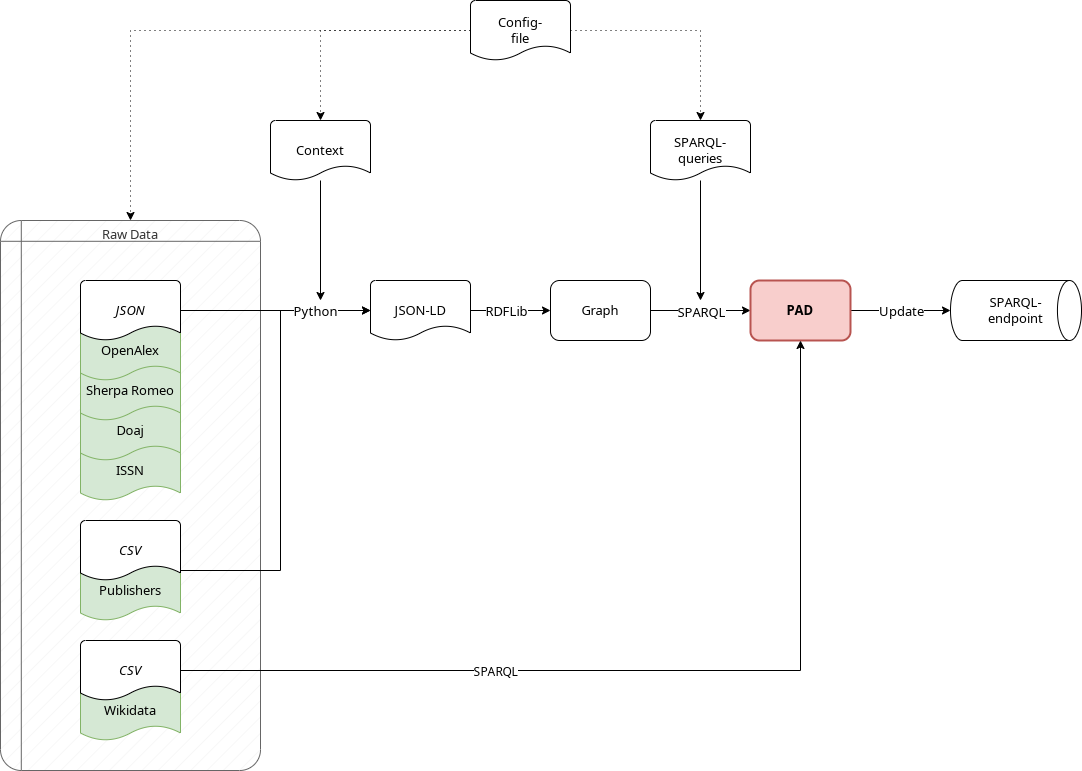
Earlier version of the draw.io export docs/img/job_prototype-Translation.drawio.png (CWTSLeiden/Journal-Observatory-data). Source tidied: cells renumbered, new cells last; positions are measured from the earlier drawing's top-left corner, leaving out a move shared by most shapes. Source of this version:
```xml
<mxGraphModel>
  <root>
    <mxCell id="0" />
    <mxCell id="1" parent="0" />
    <mxCell id="2" value="&lt;div style=&quot;font-size: 13px;&quot;&gt;&lt;span style=&quot;background-color: initial; font-size: 13px;&quot;&gt;Raw Data&lt;/span&gt;&lt;/div&gt;" style="shape=internalStorage;whiteSpace=wrap;html=1;dx=15;dy=15;rounded=1;arcSize=8;strokeWidth=1;fontFamily=Helvetica;fontSize=13;align=center;verticalAlign=top;fillColor=#f5f5f5;fillStyle=hatch;strokeColor=#666666;fontColor=#333333;fontStyle=0;" parent="1" vertex="1">
      <mxGeometry y="220" width="260" height="550" as="geometry" />
    </mxCell>
    <mxCell id="3" value="Publishers" style="strokeWidth=1;html=1;shape=mxgraph.flowchart.document2;whiteSpace=wrap;size=0.25;fontFamily=Helvetica;fontSize=13;fontStyle=0;fillColor=#d5e8d4;strokeColor=#82b366;" parent="1" vertex="1">
      <mxGeometry x="80" y="560" width="100" height="60" as="geometry" />
    </mxCell>
    <mxCell id="4" style="edgeStyle=orthogonalEdgeStyle;rounded=0;jettySize=auto;html=1;fontFamily=Helvetica;fontSize=13;fontStyle=0;" parent="1" edge="1" source="5">
      <mxGeometry relative="1" as="geometry">
        <mxPoint x="320" y="300" as="targetPoint" />
      </mxGeometry>
    </mxCell>
    <mxCell id="5" value="Context" style="strokeWidth=1;html=1;shape=mxgraph.flowchart.document2;whiteSpace=wrap;size=0.25;fontFamily=Helvetica;fontSize=13;fontStyle=0;" parent="1" vertex="1">
      <mxGeometry x="270" y="120" width="100" height="60" as="geometry" />
    </mxCell>
    <mxCell id="6" style="edgeStyle=orthogonalEdgeStyle;rounded=0;jettySize=auto;html=1;fontFamily=Helvetica;fontSize=13;fontStyle=0;" parent="1" edge="1" source="8" target="11">
      <mxGeometry relative="1" as="geometry" />
    </mxCell>
    <mxCell id="7" value="RDFLib" style="edgeLabel;html=1;align=center;verticalAlign=middle;fontSize=13;fontFamily=Helvetica;fontStyle=0;" parent="6" vertex="1">
      <mxGeometry x="-0.19" y="2" relative="1" as="geometry">
        <mxPoint x="3" y="2" as="offset" />
      </mxGeometry>
    </mxCell>
    <mxCell id="8" value="JSON-LD" style="strokeWidth=1;html=1;shape=mxgraph.flowchart.document2;whiteSpace=wrap;size=0.25;fontFamily=Helvetica;fontSize=13;fontStyle=0;" parent="1" vertex="1">
      <mxGeometry x="370" y="280" width="100" height="60" as="geometry" />
    </mxCell>
    <mxCell id="9" style="edgeStyle=orthogonalEdgeStyle;rounded=0;jettySize=auto;html=1;fontFamily=Helvetica;fontSize=13;fontStyle=0;" parent="1" edge="1" source="11" target="19">
      <mxGeometry relative="1" as="geometry" />
    </mxCell>
    <mxCell id="10" value="SPARQL" style="edgeLabel;html=1;align=center;verticalAlign=middle;fontSize=13;fontFamily=Helvetica;fontStyle=0;" parent="9" vertex="1">
      <mxGeometry x="0.2" y="-2" relative="1" as="geometry">
        <mxPoint x="-10" y="-1" as="offset" />
      </mxGeometry>
    </mxCell>
    <mxCell id="11" value="Graph" style="rounded=1;whiteSpace=wrap;html=1;fontFamily=Helvetica;fontSize=13;strokeWidth=1;fontStyle=0;" parent="1" vertex="1">
      <mxGeometry x="550" y="280" width="100" height="60" as="geometry" />
    </mxCell>
    <mxCell id="12" style="edgeStyle=orthogonalEdgeStyle;rounded=0;jettySize=auto;html=1;fontFamily=Helvetica;fontSize=13;dashed=1;dashPattern=1 4;fontStyle=0;" parent="1" edge="1" source="15" target="2">
      <mxGeometry relative="1" as="geometry" />
    </mxCell>
    <mxCell id="13" style="edgeStyle=orthogonalEdgeStyle;rounded=0;jettySize=auto;html=1;fontFamily=Helvetica;fontSize=13;dashed=1;dashPattern=1 4;fontStyle=0;" parent="1" edge="1" source="15" target="5">
      <mxGeometry relative="1" as="geometry" />
    </mxCell>
    <mxCell id="14" style="edgeStyle=orthogonalEdgeStyle;rounded=0;jettySize=auto;html=1;fontFamily=Helvetica;fontSize=13;dashed=1;dashPattern=1 4;fontStyle=0;" parent="1" edge="1" source="15" target="16">
      <mxGeometry relative="1" as="geometry" />
    </mxCell>
    <mxCell id="15" value="Config-&lt;br style=&quot;font-size: 13px;&quot;&gt;file" style="strokeWidth=1;html=1;shape=mxgraph.flowchart.document2;whiteSpace=wrap;size=0.25;fontFamily=Helvetica;fontSize=13;fontStyle=0;" parent="1" vertex="1">
      <mxGeometry x="470" width="100" height="60" as="geometry" />
    </mxCell>
    <mxCell id="16" value="SPARQL-&lt;br style=&quot;font-size: 13px;&quot;&gt;queries" style="strokeWidth=1;html=1;shape=mxgraph.flowchart.document2;whiteSpace=wrap;size=0.25;fontFamily=Helvetica;fontSize=13;fontStyle=0;" parent="1" vertex="1">
      <mxGeometry x="650" y="120" width="100" height="60" as="geometry" />
    </mxCell>
    <mxCell id="17" style="edgeStyle=orthogonalEdgeStyle;rounded=0;jettySize=auto;html=1;fontFamily=Helvetica;fontSize=13;fontStyle=0;" parent="1" edge="1" source="19" target="32">
      <mxGeometry relative="1" as="geometry" />
    </mxCell>
    <mxCell id="18" value="Update" style="edgeLabel;html=1;align=center;verticalAlign=middle;fontSize=13;fontFamily=Helvetica;fontStyle=0;" parent="17" vertex="1">
      <mxGeometry x="-0.25" y="2" relative="1" as="geometry">
        <mxPoint x="12" y="2" as="offset" />
      </mxGeometry>
    </mxCell>
    <mxCell id="19" value="PAD" style="rounded=1;whiteSpace=wrap;html=1;fontFamily=Helvetica;fontSize=13;strokeWidth=2;fontStyle=1;fillColor=#f8cecc;strokeColor=#b85450;" parent="1" vertex="1">
      <mxGeometry x="750" y="280" width="100" height="60" as="geometry" />
    </mxCell>
    <mxCell id="20" style="edgeStyle=orthogonalEdgeStyle;rounded=0;jettySize=auto;html=1;fontFamily=Helvetica;fontSize=13;fontStyle=0;" parent="1" edge="1" source="16">
      <mxGeometry relative="1" as="geometry">
        <mxPoint x="700" y="300" as="targetPoint" />
      </mxGeometry>
    </mxCell>
    <mxCell id="21" style="edgeStyle=orthogonalEdgeStyle;rounded=0;jettySize=auto;html=1;fontFamily=Helvetica;fontSize=13;fontStyle=0;" parent="1" edge="1" source="22" target="8">
      <mxGeometry relative="1" as="geometry">
        <Array as="points">
          <mxPoint x="280" y="570" />
          <mxPoint x="280" y="310" />
        </Array>
      </mxGeometry>
    </mxCell>
    <mxCell id="22" value="CSV" style="strokeWidth=1;html=1;shape=mxgraph.flowchart.document2;whiteSpace=wrap;size=0.25;fontFamily=Helvetica;fontSize=13;fontStyle=2;" parent="1" vertex="1">
      <mxGeometry x="80" y="520" width="100" height="60" as="geometry" />
    </mxCell>
    <mxCell id="23" value="ISSN" style="strokeWidth=1;html=1;shape=mxgraph.flowchart.document2;whiteSpace=wrap;size=0.25;fontFamily=Helvetica;fontSize=13;fontStyle=0;fillColor=#d5e8d4;strokeColor=#82b366;" parent="1" vertex="1">
      <mxGeometry x="80" y="440" width="100" height="60" as="geometry" />
    </mxCell>
    <mxCell id="24" value="Doaj" style="strokeWidth=1;html=1;shape=mxgraph.flowchart.document2;whiteSpace=wrap;size=0.25;fontFamily=Helvetica;fontSize=13;fontStyle=0;fillColor=#d5e8d4;strokeColor=#82b366;" parent="1" vertex="1">
      <mxGeometry x="80" y="400" width="100" height="60" as="geometry" />
    </mxCell>
    <mxCell id="25" value="Sherpa Romeo" style="strokeWidth=1;html=1;shape=mxgraph.flowchart.document2;whiteSpace=wrap;size=0.25;fontFamily=Helvetica;fontSize=13;fontStyle=0;fillColor=#d5e8d4;strokeColor=#82b366;" parent="1" vertex="1">
      <mxGeometry x="80" y="360" width="100" height="60" as="geometry" />
    </mxCell>
    <mxCell id="26" value="OpenAlex&lt;span style=&quot;color: rgba(0, 0, 0, 0); font-family: monospace; font-size: 0px; text-align: start;&quot;&gt;%3CmxGraphModel%3E%3Croot%3E%3CmxCell%20id%3D%220%22%2F%3E%3CmxCell%20id%3D%221%22%20parent%3D%220%22%2F%3E%3CmxCell%20id%3D%222%22%20value%3D%22JSON%22%20style%3D%22strokeWidth%3D1%3Bhtml%3D1%3Bshape%3Dmxgraph.flowchart.document2%3BwhiteSpace%3Dwrap%3Bsize%3D0.25%3BfontFamily%3DHelvetica%3BfontSize%3D13%3BfontStyle%3D0%22%20vertex%3D%221%22%20parent%3D%221%22%3E%3CmxGeometry%20x%3D%22-30%22%20y%3D%22280%22%20width%3D%22100%22%20height%3D%2260%22%20as%3D%22geometry%22%2F%3E%3C%2FmxCell%3E%3C%2Froot%3E%3C%2FmxGraphModel%3E&lt;/span&gt;" style="strokeWidth=1;html=1;shape=mxgraph.flowchart.document2;whiteSpace=wrap;size=0.25;fontFamily=Helvetica;fontSize=13;fontStyle=0;fillColor=#d5e8d4;strokeColor=#82b366;" parent="1" vertex="1">
      <mxGeometry x="80" y="320" width="100" height="60" as="geometry" />
    </mxCell>
    <mxCell id="27" value="JSON" style="strokeWidth=1;html=1;shape=mxgraph.flowchart.document2;whiteSpace=wrap;size=0.25;fontFamily=Helvetica;fontSize=13;fontStyle=2;" parent="1" vertex="1">
      <mxGeometry x="80" y="280" width="100" height="60" as="geometry" />
    </mxCell>
    <mxCell id="28" value="Wikidata" style="strokeWidth=1;html=1;shape=mxgraph.flowchart.document2;whiteSpace=wrap;size=0.25;fontFamily=Helvetica;fontSize=13;fontStyle=0;fillColor=#d5e8d4;strokeColor=#82b366;" parent="1" vertex="1">
      <mxGeometry x="80" y="680" width="100" height="60" as="geometry" />
    </mxCell>
    <mxCell id="29" style="edgeStyle=orthogonalEdgeStyle;rounded=0;jettySize=auto;html=1;" parent="1" edge="1" source="31" target="19">
      <mxGeometry relative="1" as="geometry" />
    </mxCell>
    <mxCell id="30" value="SPARQL" style="edgeLabel;html=1;align=center;verticalAlign=middle;fontSize=12;" parent="29" vertex="1">
      <mxGeometry x="-0.34" y="-1" relative="1" as="geometry" />
    </mxCell>
    <mxCell id="31" value="CSV" style="strokeWidth=1;html=1;shape=mxgraph.flowchart.document2;whiteSpace=wrap;size=0.25;fontFamily=Helvetica;fontSize=13;fontStyle=2;" parent="1" vertex="1">
      <mxGeometry x="80" y="640" width="100" height="60" as="geometry" />
    </mxCell>
    <mxCell id="32" value="SPARQL-&lt;br style=&quot;font-size: 13px;&quot;&gt;endpoint" style="strokeWidth=1;html=1;shape=mxgraph.flowchart.direct_data;whiteSpace=wrap;fontFamily=Helvetica;fontSize=13;fillColor=default;fontStyle=0;" parent="1" vertex="1">
      <mxGeometry x="950" y="280" width="131" height="60" as="geometry" />
    </mxCell>
    <mxCell id="33" style="edgeStyle=orthogonalEdgeStyle;rounded=0;jettySize=auto;html=1;fontFamily=Helvetica;fontSize=13;fontStyle=0;" parent="1" edge="1" source="27" target="8">
      <mxGeometry relative="1" as="geometry" />
    </mxCell>
    <mxCell id="34" value="Python" style="edgeLabel;html=1;align=center;verticalAlign=middle;fontSize=13;fontFamily=Helvetica;fontStyle=0;" parent="33" vertex="1">
      <mxGeometry x="0.3" relative="1" as="geometry">
        <mxPoint x="10" as="offset" />
      </mxGeometry>
    </mxCell>
  </root>
</mxGraphModel>
```
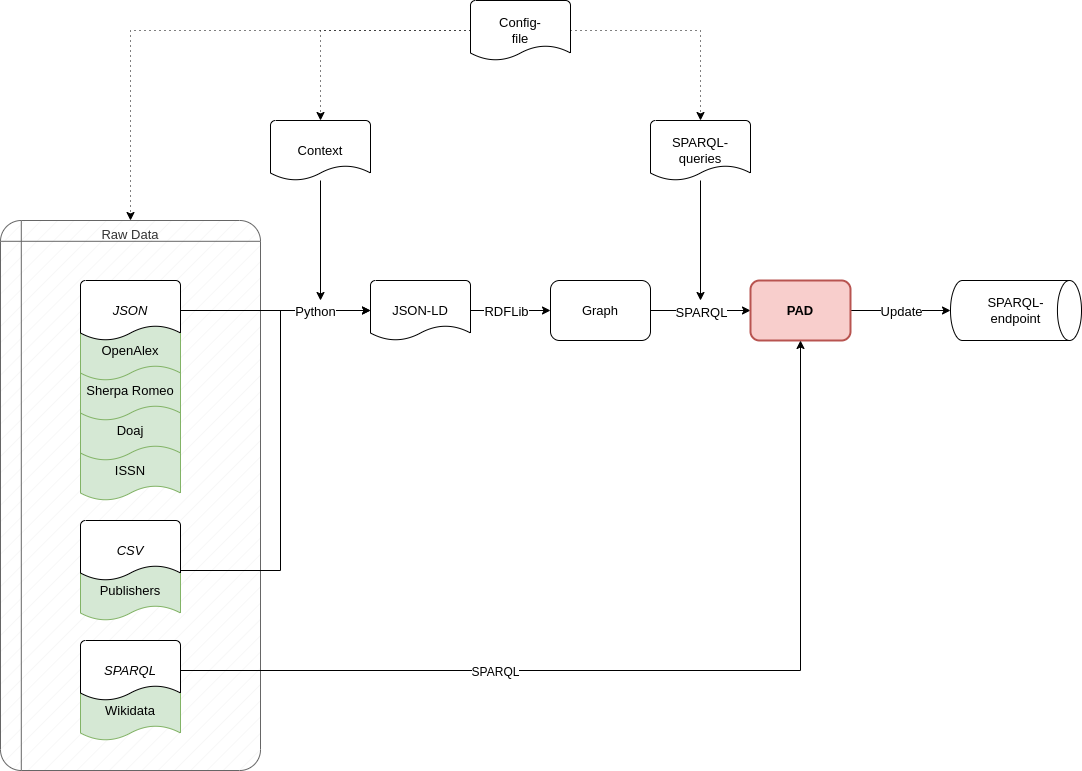
The same diagram one commit later.

Diff of the diagram source:
```diff
@@ -104,7 +104,7 @@
     <mxCell id="30" value="SPARQL" style="edgeLabel;html=1;align=center;verticalAlign=middle;fontSize=12;" parent="29" vertex="1">
       <mxGeometry x="-0.34" y="-1" relative="1" as="geometry" />
     </mxCell>
-    <mxCell id="31" value="CSV" style="strokeWidth=1;html=1;shape=mxgraph.flowchart.document2;whiteSpace=wrap;size=0.25;fontFamily=Helvetica;fontSize=13;fontStyle=2;" parent="1" vertex="1">
+    <mxCell id="31" value="SPARQL" style="strokeWidth=1;html=1;shape=mxgraph.flowchart.document2;whiteSpace=wrap;size=0.25;fontFamily=Helvetica;fontSize=13;fontStyle=2;" parent="1" vertex="1">
       <mxGeometry x="80" y="640" width="100" height="60" as="geometry" />
     </mxCell>
     <mxCell id="32" value="SPARQL-&lt;br style=&quot;font-size: 13px;&quot;&gt;endpoint" style="strokeWidth=1;html=1;shape=mxgraph.flowchart.direct_data;whiteSpace=wrap;fontFamily=Helvetica;fontSize=13;fillColor=default;fontStyle=0;" parent="1" vertex="1">
```
